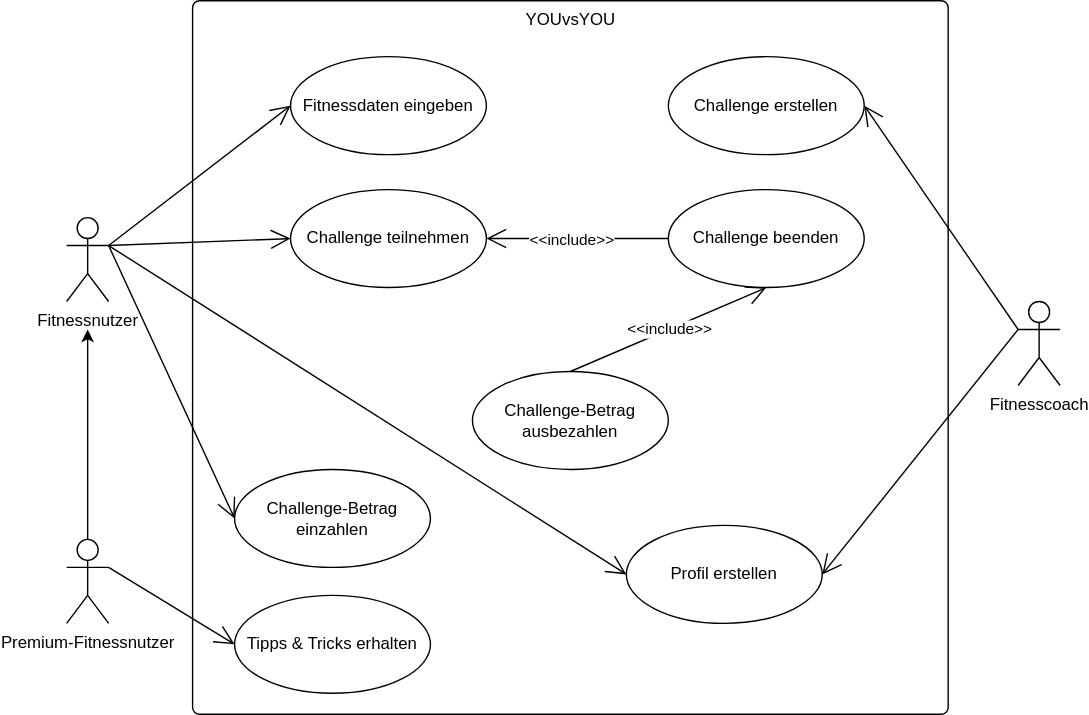
Before: projektbeschreibung/doc/figures/uc-diagram.drawio.svg, a diagram exported from draw.io (minelosm/youvsyou). Source tidied: cells renumbered, new cells last; positions are measured from the earlier drawing's top-left corner, leaving out a move shared by most shapes.
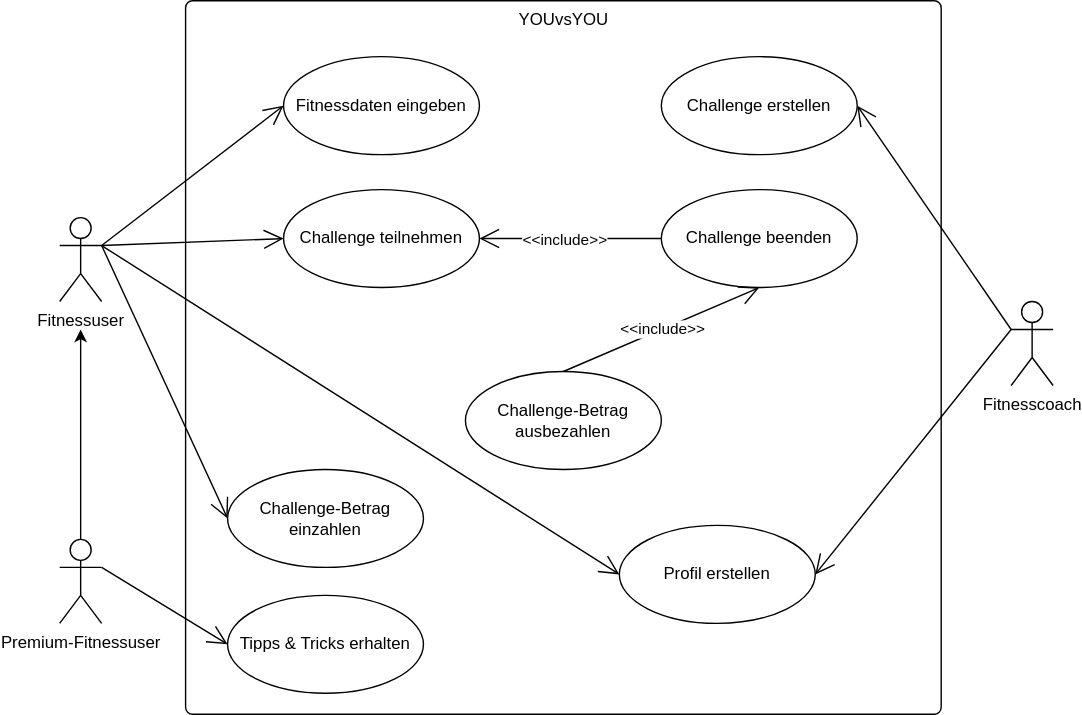
The same file after the commit.

The edit, as a diff of the source:
```diff
@@ -5,7 +5,7 @@
     <mxCell id="2" value="YOUvsYOU" style="html=1;align=center;verticalAlign=top;rounded=1;absoluteArcSize=1;arcSize=10;dashed=0;" parent="1" vertex="1">
       <mxGeometry x="90" width="540" height="510" as="geometry" />
     </mxCell>
-    <mxCell id="3" value="Fitnessnutzer" style="shape=umlActor;verticalLabelPosition=bottom;verticalAlign=top;html=1;" parent="1" vertex="1">
+    <mxCell id="3" value="Fitnessuser" style="shape=umlActor;verticalLabelPosition=bottom;verticalAlign=top;html=1;" parent="1" vertex="1">
       <mxGeometry y="155" width="30" height="60" as="geometry" />
     </mxCell>
     <mxCell id="4" value="Fitnesscoach" style="shape=umlActor;verticalLabelPosition=bottom;verticalAlign=top;html=1;" parent="1" vertex="1">
@@ -22,7 +22,7 @@
         <mxPoint x="15" y="235" as="targetPoint" />
       </mxGeometry>
     </mxCell>
-    <mxCell id="8" value="Premium-Fitnessnutzer" style="shape=umlActor;verticalLabelPosition=bottom;verticalAlign=top;html=1;" parent="1" vertex="1">
+    <mxCell id="8" value="Premium-Fitnessuser" style="shape=umlActor;verticalLabelPosition=bottom;verticalAlign=top;html=1;" parent="1" vertex="1">
       <mxGeometry y="385" width="30" height="60" as="geometry" />
     </mxCell>
     <mxCell id="9" style="edgeStyle=none;shape=connector;rounded=1;html=1;entryX=0;entryY=0.5;entryDx=0;entryDy=0;labelBackgroundColor=default;strokeColor=default;fontFamily=Helvetica;fontSize=11;fontColor=default;endArrow=open;endFill=0;startSize=6;endSize=12;exitX=1;exitY=0.3333333333333333;exitDx=0;exitDy=0;exitPerimeter=0;" parent="1" edge="1" source="3" target="15">
```
